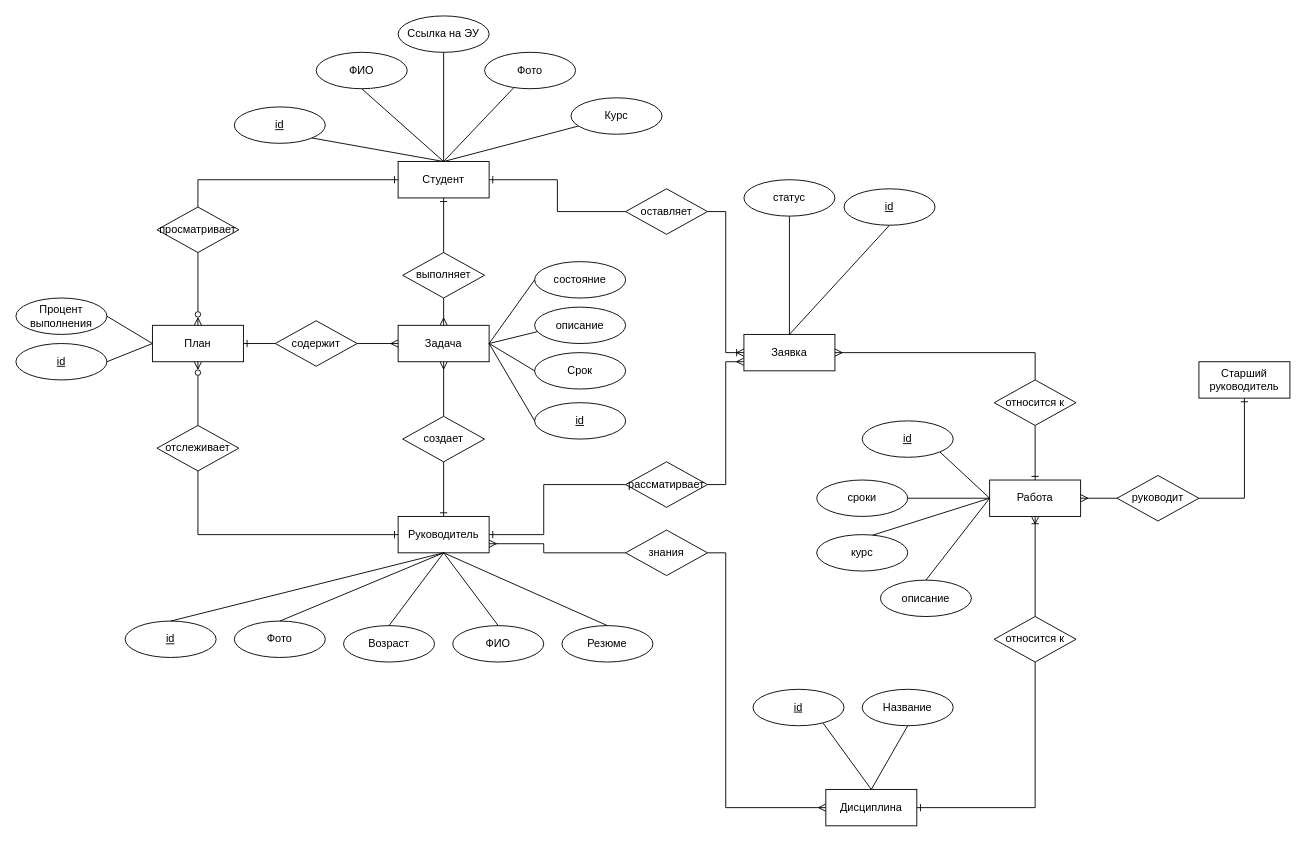
Earlier version of the draw.io diagram docs/ssr-er.drawio (ivaaahn/SSR). Source tidied: cells renumbered, new cells numbered last; positions are measured from the earlier drawing's top-left corner, leaving out a move shared by most shapes. Both pictures are drawn from the tidied source at 91%, with x=0, y=0 at pixel (15, 15).
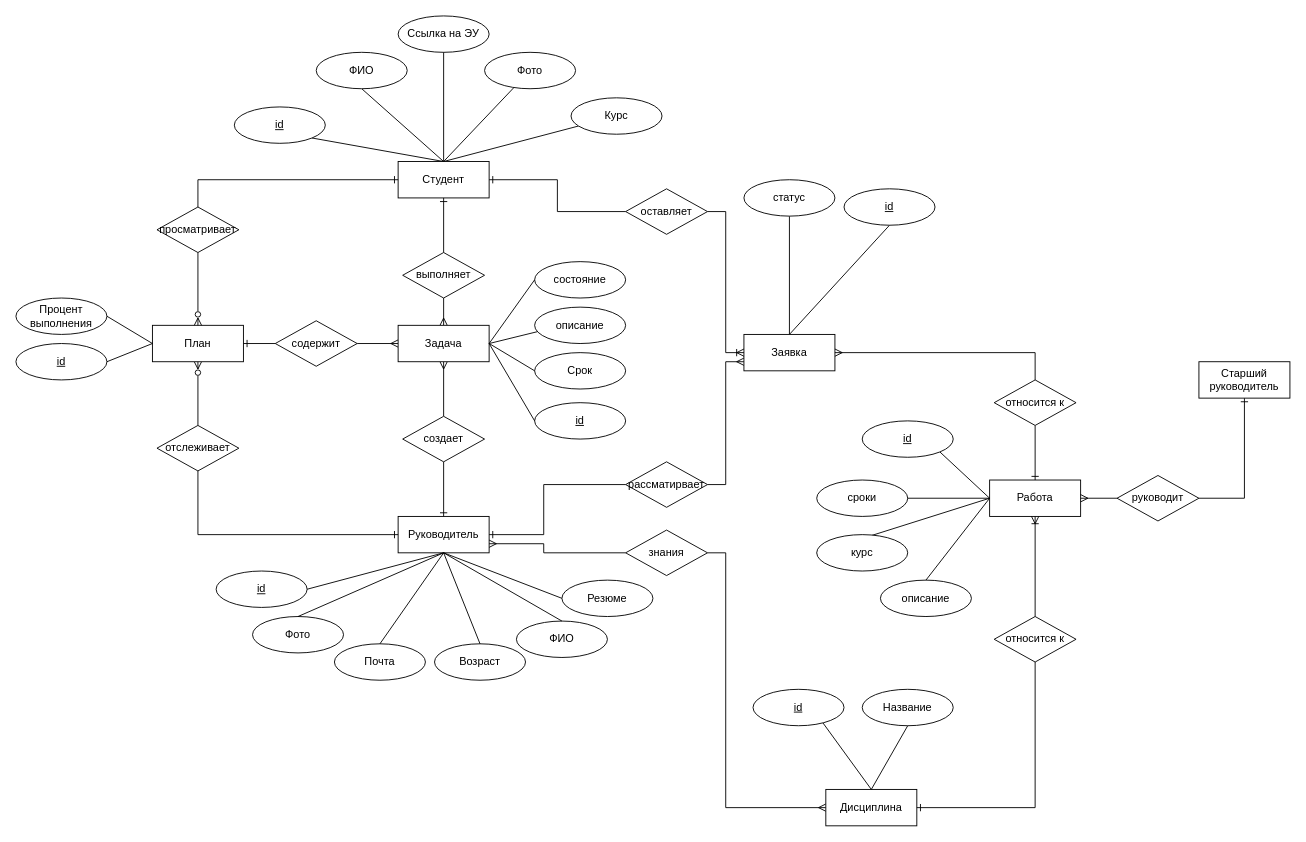
The same diagram, later.

The change refers to these unchanged cells:
```xml
<mxCell id="15" value="Руководитель" style="whiteSpace=wrap;html=1;align=center;" parent="1" vertex="1">
  <mxGeometry x="420" y="550" width="100" height="40" as="geometry" />
</mxCell>
```

The edit, as a diff of the source:
```diff
@@
     <mxCell id="16" value="Возраст" style="ellipse;whiteSpace=wrap;html=1;align=center;" parent="1" vertex="1">
-      <mxGeometry x="360" y="670" width="100" height="40" as="geometry" />
+      <mxGeometry x="460" y="690" width="100" height="40" as="geometry" />
     </mxCell>
     <mxCell id="17" value="ФИО" style="ellipse;whiteSpace=wrap;html=1;align=center;" parent="1" vertex="1">
-      <mxGeometry x="480" y="670" width="100" height="40" as="geometry" />
+      <mxGeometry x="550" y="665" width="100" height="40" as="geometry" />
     </mxCell>
@@
     <mxCell id="23" value="id" style="ellipse;whiteSpace=wrap;html=1;align=center;fontStyle=4;" parent="1" vertex="1">
-      <mxGeometry x="120" y="665" width="100" height="40" as="geometry" />
+      <mxGeometry x="220" y="610" width="100" height="40" as="geometry" />
     </mxCell>
@@
-    <mxCell id="36" style="shape=connector;rounded=0;jettySize=auto;html=1;exitX=0.5;exitY=1;exitDx=0;exitDy=0;entryX=0.5;entryY=0;entryDx=0;entryDy=0;labelBackgroundColor=default;fontFamily=Helvetica;fontSize=11;fontColor=default;endArrow=none;endFill=0;strokeColor=default;" parent="1" edge="1" source="15" target="23">
+    <mxCell id="36" style="shape=connector;rounded=0;jettySize=auto;html=1;exitX=0.5;exitY=1;exitDx=0;exitDy=0;entryX=1;entryY=0.5;entryDx=0;entryDy=0;labelBackgroundColor=default;fontFamily=Helvetica;fontSize=11;fontColor=default;endArrow=none;endFill=0;strokeColor=default;" parent="1" edge="1" source="15" target="23">
       <mxGeometry relative="1" as="geometry" />
     </mxCell>
@@
     <mxCell id="80" value="Фото" style="ellipse;whiteSpace=wrap;html=1;align=center;" parent="1" vertex="1">
-      <mxGeometry x="240" y="665" width="100" height="40" as="geometry" />
+      <mxGeometry x="260" y="660" width="100" height="40" as="geometry" />
     </mxCell>
@@
     <mxCell id="84" value="Резюме" style="ellipse;whiteSpace=wrap;html=1;align=center;" parent="1" vertex="1">
-      <mxGeometry x="600" y="670" width="100" height="40" as="geometry" />
+      <mxGeometry x="600" y="620" width="100" height="40" as="geometry" />
     </mxCell>
-    <mxCell id="85" style="shape=connector;rounded=0;jettySize=auto;html=1;exitX=0.5;exitY=1;exitDx=0;exitDy=0;entryX=0.5;entryY=0;entryDx=0;entryDy=0;labelBackgroundColor=default;fontFamily=Helvetica;fontSize=11;fontColor=default;endArrow=none;endFill=0;strokeColor=default;" parent="1" edge="1" source="15" target="84">
+    <mxCell id="85" style="shape=connector;rounded=0;jettySize=auto;html=1;exitX=0.5;exitY=1;exitDx=0;exitDy=0;entryX=0;entryY=0.5;entryDx=0;entryDy=0;labelBackgroundColor=default;fontFamily=Helvetica;fontSize=11;fontColor=default;endArrow=none;endFill=0;strokeColor=default;" parent="1" edge="1" source="15" target="84">
       <mxGeometry relative="1" as="geometry" />
     </mxCell>
@@
+    <mxCell id="92" value="Почта" style="ellipse;whiteSpace=wrap;html=1;align=center;" parent="1" vertex="1">
+      <mxGeometry x="350" y="690" width="100" height="40" as="geometry" />
+    </mxCell>
+    <mxCell id="93" style="shape=connector;rounded=0;jettySize=auto;html=1;exitX=0.5;exitY=1;exitDx=0;exitDy=0;labelBackgroundColor=default;fontFamily=Helvetica;fontSize=11;fontColor=default;endArrow=none;endFill=0;strokeColor=default;entryX=0.5;entryY=0;entryDx=0;entryDy=0;" parent="1" edge="1" source="15" target="92">
+      <mxGeometry relative="1" as="geometry" />
+    </mxCell>
```
